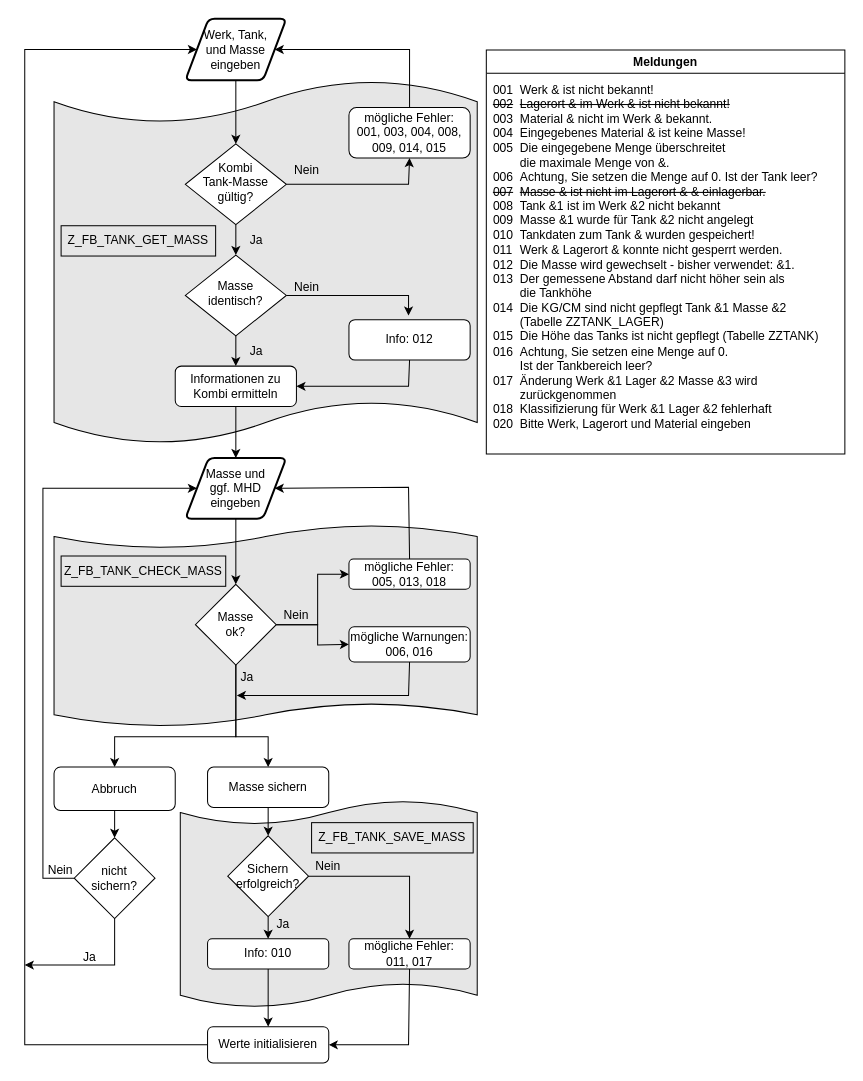
Above: Tank.drawio in fsteffens/draw (draw.io), before the change. Source tidied: cells renumbered, new cells numbered last; positions are measured from the earlier drawing's top-left corner, leaving out a move shared by most shapes. Both pictures are drawn from the tidied source at 101%, with x=0, y=0 at pixel (24, 18).
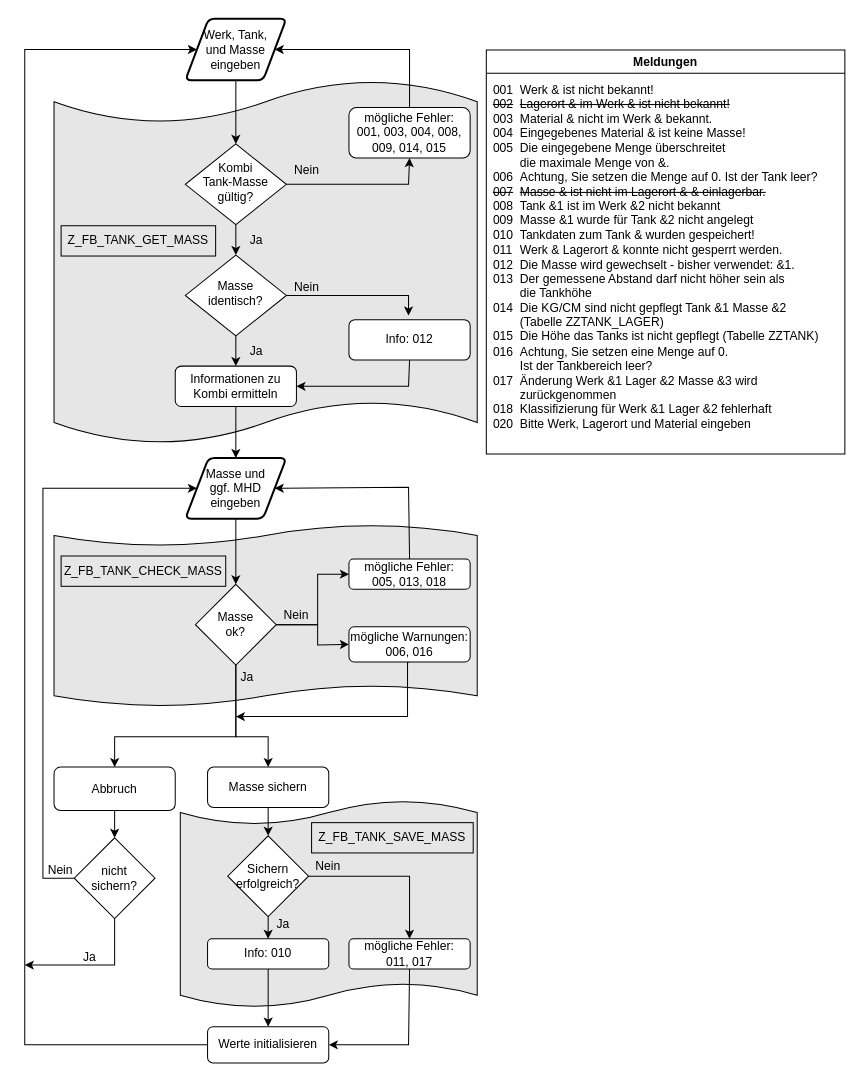
After the change.

Unchanged cells that the change refers to:
```xml
<mxCell id="28" value="mögliche Warnungen: &lt;br&gt;006, 016" style="rounded=1;whiteSpace=wrap;html=1;" parent="1" vertex="1">
  <mxGeometry x="321" y="602" width="120" height="35" as="geometry" />
</mxCell>
```

The edit, as a diff of the source:
```diff
@@
     <mxCell id="3" style="shape=tape;whiteSpace=wrap;html=1;size=0.11764705882352941;fillColor=#E6E6E6;strokeColor=default;gradientColor=none;" parent="1" vertex="1">
-      <mxGeometry x="29" y="501" width="419" height="200" as="geometry" />
+      <mxGeometry x="29" y="501" width="419" height="180" as="geometry" />
     </mxCell>
@@
+    <mxCell id="61" style="edgeStyle=orthogonalEdgeStyle;rounded=0;jettySize=auto;html=1;exitX=0.5;exitY=1;exitDx=0;exitDy=0;" parent="1" edge="1" source="28">
+      <mxGeometry relative="1" as="geometry">
+        <mxPoint x="209" y="691" as="targetPoint" />
+        <Array as="points">
+          <mxPoint x="379" y="637" />
+          <mxPoint x="379" y="691" />
+        </Array>
+      </mxGeometry>
+    </mxCell>
@@
-    <mxCell id="55" style="endArrow=classic;html=1;rounded=0;exitX=0.5;exitY=1;exitDx=0;exitDy=0;" parent="1" edge="1" source="28">
-      <mxGeometry relative="1" as="geometry">
-        <mxPoint x="210" y="670" as="targetPoint" />
-        <Array as="points">
-          <mxPoint x="380" y="670" />
-        </Array>
-      </mxGeometry>
-    </mxCell>
```
